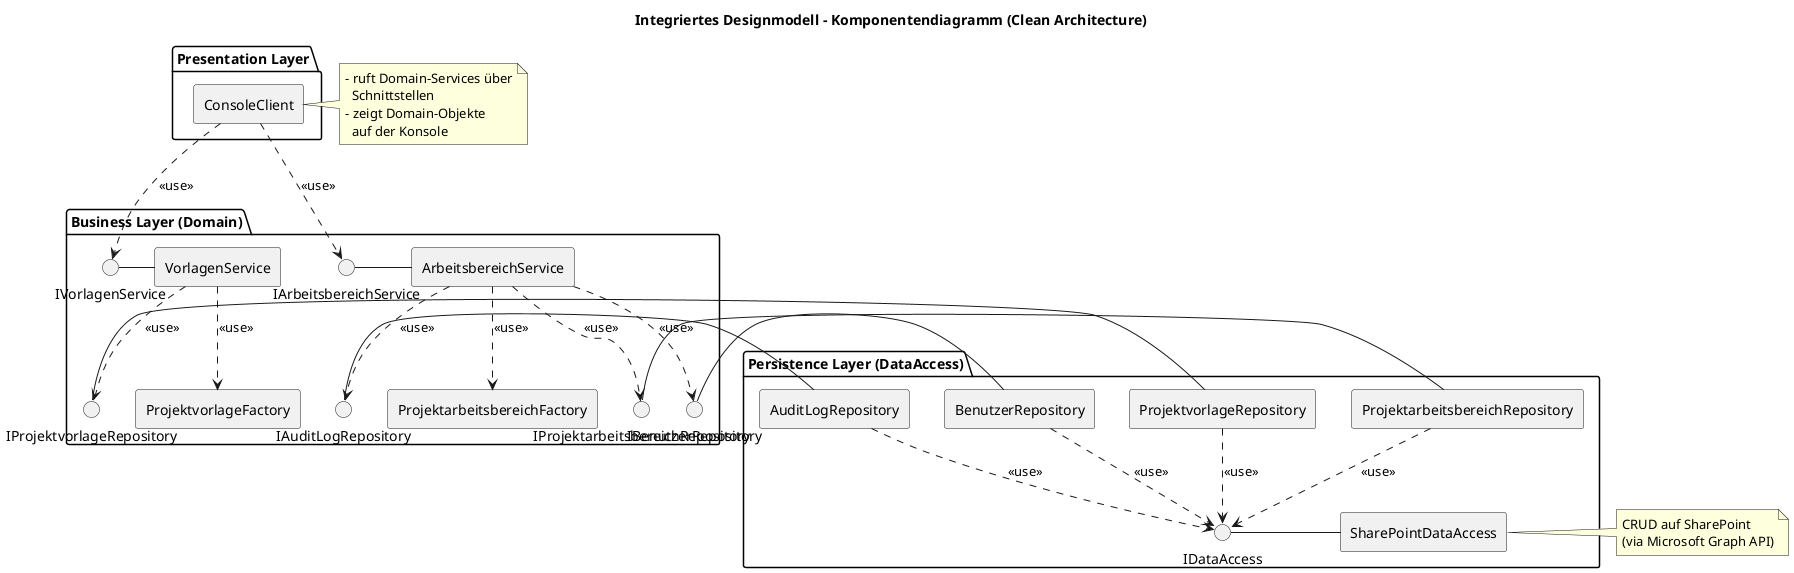
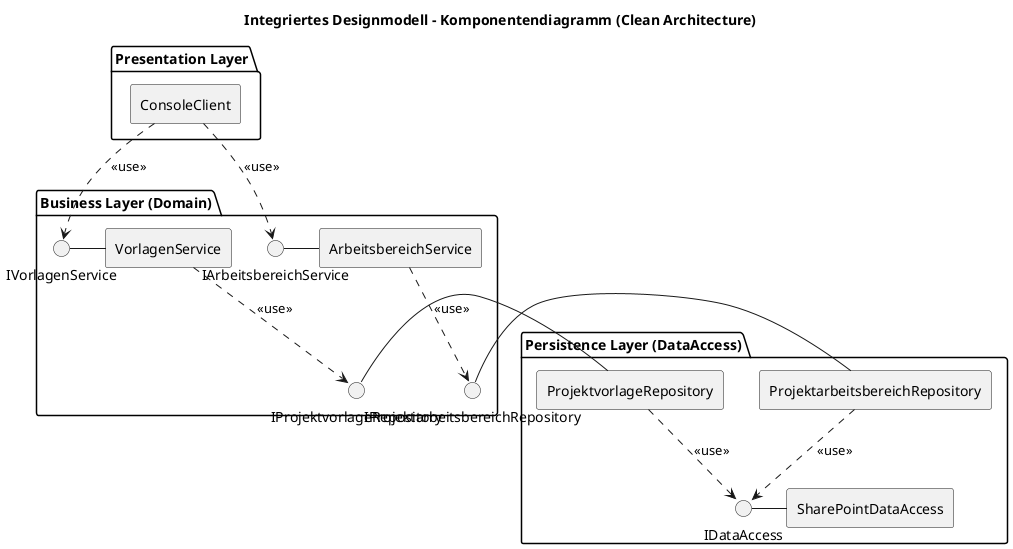
@startuml Integriertes Komponentendiagramm
title Integriertes Designmodell – Komponentendiagramm (Clean Architecture)

skinparam componentStyle rectangle

package "Presentation Layer" {
    [ConsoleClient] as PRES
}

package "Business Layer (Domain)" {
    [ArbeitsbereichService] as SVC_AB
    [VorlagenService] as SVC_VL
-     [ProjektarbeitsbereichFactory] as FAC_AB
-     [ProjektvorlageFactory] as FAC_VL
    interface IArbeitsbereichService as IAS
    interface IVorlagenService as IVS
    interface IProjektarbeitsbereichRepository as IPAR
    interface IProjektvorlageRepository as IPVR
-     interface IBenutzerRepository as IBR
-     interface IAuditLogRepository as IAR
}

package "Persistence Layer (DataAccess)" {
    [ProjektarbeitsbereichRepository] as REPO_AB
    [ProjektvorlageRepository] as REPO_VL
-     [BenutzerRepository] as REPO_B
-     [AuditLogRepository] as REPO_AL
    [SharePointDataAccess] as DA
    interface IDataAccess as IDA
}

- ' Presentation -> Business
PRES ..> IAS : <<use>>
PRES ..> IVS : <<use>>
IAS - SVC_AB
IVS - SVC_VL

- ' Business -> Persistence (über Schnittstellen)
SVC_AB ..> IPAR : <<use>>
- SVC_AB ..> IBR : <<use>>
- SVC_AB ..> IAR : <<use>>
SVC_VL ..> IPVR : <<use>>
- 
IPAR - REPO_AB
IPVR - REPO_VL
- IBR  - REPO_B
- IAR  - REPO_AL

- ' Repositories nutzen DataAccess
REPO_AB ..> IDA : <<use>>
REPO_VL ..> IDA : <<use>>
- REPO_B  ..> IDA : <<use>>
- REPO_AL ..> IDA : <<use>>
IDA - DA

- ' Factories werden im Business Layer verwendet
- SVC_AB ..> FAC_AB : <<use>>
- SVC_VL ..> FAC_VL : <<use>>
- 
- note right of PRES
- - ruft Domain-Services über
-   Schnittstellen
- - zeigt Domain-Objekte
-   auf der Konsole
- end note
- 
- note right of DA
- CRUD auf SharePoint
- (via Microsoft Graph API)
- end note
- 
@enduml
